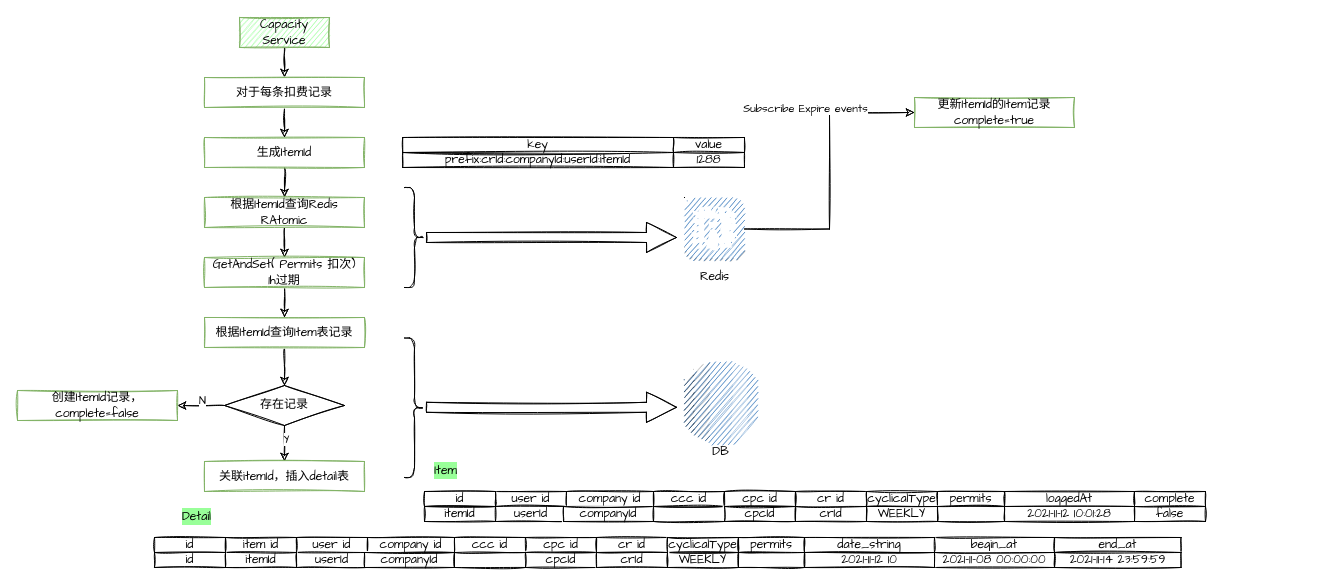
Earlier version of the draw.io diagram page "Redis Cache to DB" (6 of 6) of Capacity Management.drawio (yindongjun/gangzhang.github.io). Source tidied: cells renumbered, new cells numbered last; positions are measured from the earlier drawing's top-left corner, leaving out a move shared by most shapes. Both pictures are drawn from the tidied source at 100%, with x=0, y=0 at pixel (17, 17). Pictures stored in the file or linked from it are replaced by grey dashed boxes.
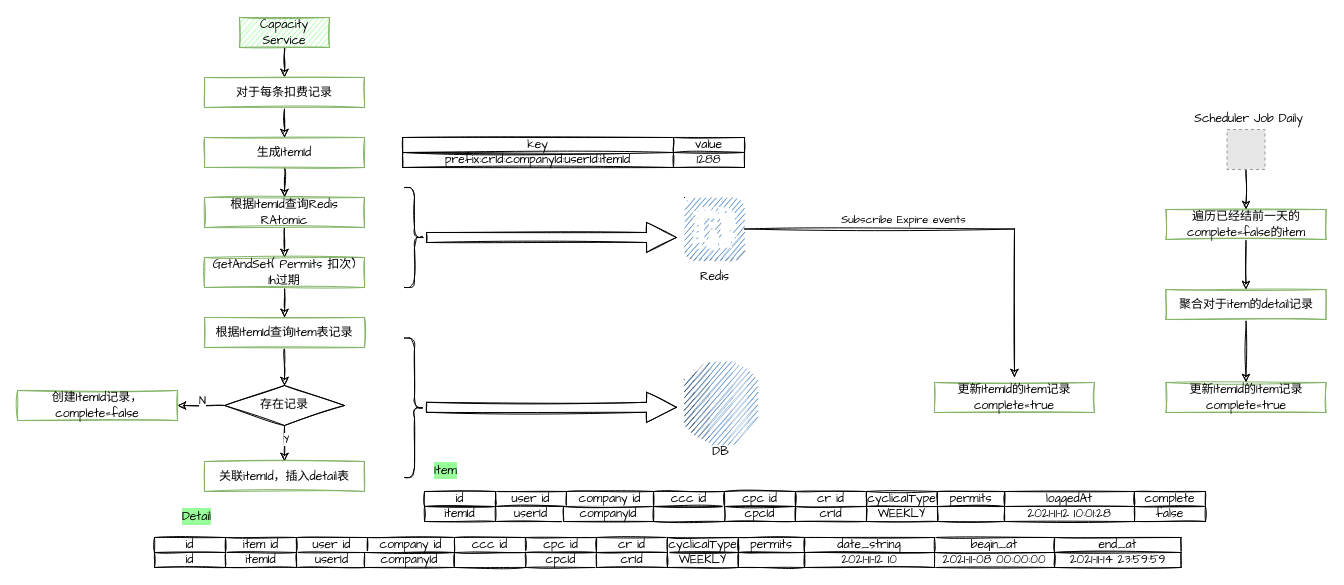
Above is the later version.

Unchanged cells that the change refers to:
```xml
<mxCell id="6" style="outlineConnect=0;dashed=0;verticalLabelPosition=bottom;verticalAlign=top;align=center;html=1;shape=mxgraph.aws3.redis;fillColor=#2E73B8;gradientColor=none;sketch=1;fontFamily=Comic Sans MS;" parent="1" vertex="1">
  <mxGeometry x="667" y="180" width="60" height="63" as="geometry" />
</mxCell>
```

Change to the diagram source:
```diff
@@
-    <mxCell id="4" style="edgeStyle=orthogonalEdgeStyle;rounded=0;sketch=1;jettySize=auto;html=1;entryX=0;entryY=0.5;entryDx=0;entryDy=0;fontFamily=Comic Sans MS;" parent="1" edge="1" source="6" target="81">
-      <mxGeometry relative="1" as="geometry" />
+    <mxCell id="4" style="edgeStyle=orthogonalEdgeStyle;rounded=0;sketch=1;jettySize=auto;html=1;fontFamily=Comic Sans MS;" parent="1" edge="1" source="6">
+      <mxGeometry relative="1" as="geometry">
+        <mxPoint x="997" y="360" as="targetPoint" />
+        <Array as="points">
+          <mxPoint x="997" y="212" />
+        </Array>
+      </mxGeometry>
     </mxCell>
     <mxCell id="5" value="Subscribe Expire events" style="edgeLabel;html=1;align=center;verticalAlign=middle;fontFamily=Comic Sans MS;" parent="4" vertex="1">
       <mxGeometry x="0.54" y="4" relative="1" as="geometry">
-        <mxPoint x="-44" y="-1" as="offset" />
+        <mxPoint x="-116" y="-62" as="offset" />
       </mxGeometry>
     </mxCell>
@@
     <mxCell id="81" value="&lt;font face=&quot;Comic Sans MS&quot;&gt;更新ItemId的Item记录&lt;br&gt;complete=true&lt;br&gt;&lt;/font&gt;" style="whiteSpace=wrap;html=1;sketch=1;fillColor=#FFFFFF;strokeColor=#82b366;" parent="1" vertex="1">
-      <mxGeometry x="897" y="80" width="160" height="30" as="geometry" />
+      <mxGeometry x="917" y="365" width="160" height="30" as="geometry" />
     </mxCell>
+    <mxCell id="82" style="edgeStyle=orthogonalEdgeStyle;rounded=0;sketch=1;jettySize=auto;html=1;entryX=0.5;entryY=0;entryDx=0;entryDy=0;fontFamily=Comic Sans MS;" parent="1" edge="1" source="83" target="86">
+      <mxGeometry relative="1" as="geometry" />
+    </mxCell>
+    <mxCell id="83" style="fillColor=#E6E6E6;strokeColor=#999999;dashed=1;verticalLabelPosition=bottom;labelBackgroundColor=#ffffff;verticalAlign=top;fontFamily=Comic Sans MS;" parent="1" vertex="1">
+      <mxGeometry x="1209.5" y="112" width="38" height="40" as="geometry" />
+    </mxCell>
+    <mxCell id="84" value="Scheduler Job Daily" style="text;html=1;align=center;verticalAlign=middle;strokeColor=none;fillColor=none;fontFamily=Comic Sans MS;" parent="1" vertex="1">
+      <mxGeometry x="1166" y="92" width="130" height="20" as="geometry" />
+    </mxCell>
+    <mxCell id="85" style="edgeStyle=orthogonalEdgeStyle;rounded=0;sketch=1;jettySize=auto;html=1;fontFamily=Comic Sans MS;" parent="1" edge="1" source="86" target="88">
+      <mxGeometry relative="1" as="geometry" />
+    </mxCell>
+    <mxCell id="86" value="&lt;font face=&quot;Comic Sans MS&quot;&gt;遍历已经结前一天的complete=false的item&lt;/font&gt;" style="whiteSpace=wrap;html=1;sketch=1;fillColor=#FFFFFF;strokeColor=#82b366;" parent="1" vertex="1">
+      <mxGeometry x="1148.5" y="192" width="160" height="30" as="geometry" />
+    </mxCell>
+    <mxCell id="87" style="edgeStyle=orthogonalEdgeStyle;rounded=0;sketch=1;jettySize=auto;html=1;fontFamily=Comic Sans MS;" parent="1" edge="1" source="88" target="89">
+      <mxGeometry relative="1" as="geometry" />
+    </mxCell>
+    <mxCell id="88" value="&lt;font face=&quot;Comic Sans MS&quot;&gt;聚合对于item的detail记录&lt;/font&gt;" style="whiteSpace=wrap;html=1;sketch=1;fillColor=#FFFFFF;strokeColor=#82b366;" parent="1" vertex="1">
+      <mxGeometry x="1148.5" y="272" width="160" height="30" as="geometry" />
+    </mxCell>
+    <mxCell id="89" value="&lt;font face=&quot;Comic Sans MS&quot;&gt;更新ItemId的Item记录&lt;br&gt;complete=true&lt;br&gt;&lt;/font&gt;" style="whiteSpace=wrap;html=1;sketch=1;fillColor=#FFFFFF;strokeColor=#82b366;" parent="1" vertex="1">
+      <mxGeometry x="1148.5" y="365" width="160" height="30" as="geometry" />
+    </mxCell>
```
